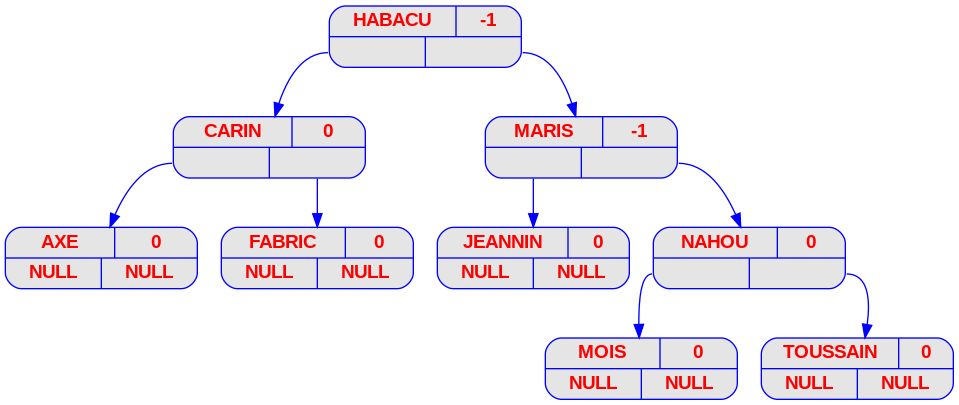
Above: ex1/img/png/prenoms_v08.png in danilorodrigues128/FilRougeAAP (Graphviz), before the change. Its source is kept beside it as ex1/img/dot/prenoms_v08.dot. Source of this version:
```dot
digraph prenoms {
	node [
		fontname  = "Arial bold"
		fontsize  = "14"
		fontcolor = "red"
		style     = "rounded, filled"
		shape     = "record"
		fillcolor = "grey90"
		color     = "blue"
		width     = "2"
	]

	edge [
		color     = "blue"
	]

	HABACU [label = "{{<c> HABACU | <b> -1} | { <g> | <d>}}"];
	HABACU:g -> CARIN;
	CARIN [label = "{{<c> CARIN | <b> 0} | { <g> | <d>}}"];
	CARIN:g -> AXE;
	AXE [label = "{{<c> AXE | <b> 0} | { <g> | <d>}}"];
	AXE [label = "{{<c> AXE | <b> 0} | { <g> NULL | <d> NULL}}"];
	CARIN:d -> FABRIC;
	FABRIC [label = "{{<c> FABRIC | <b> 0} | { <g> | <d>}}"];
	FABRIC [label = "{{<c> FABRIC | <b> 0} | { <g> NULL | <d> NULL}}"];
	HABACU:d -> MARIS;
	MARIS [label = "{{<c> MARIS | <b> -1} | { <g> | <d>}}"];
	MARIS:g -> JEANNIN;
	JEANNIN [label = "{{<c> JEANNIN | <b> 0} | { <g> | <d>}}"];
	JEANNIN [label = "{{<c> JEANNIN | <b> 0} | { <g> NULL | <d> NULL}}"];
	MARIS:d -> NAHOU;
	NAHOU [label = "{{<c> NAHOU | <b> 0} | { <g> | <d>}}"];
	NAHOU:g -> MOIS;
	MOIS [label = "{{<c> MOIS | <b> 0} | { <g> | <d>}}"];
	MOIS [label = "{{<c> MOIS | <b> 0} | { <g> NULL | <d> NULL}}"];
	NAHOU:d -> TOUSSAIN;
	TOUSSAIN [label = "{{<c> TOUSSAIN | <b> 0} | { <g> | <d>}}"];
	TOUSSAIN [label = "{{<c> TOUSSAIN | <b> 0} | { <g> NULL | <d> NULL}}"];
}
```
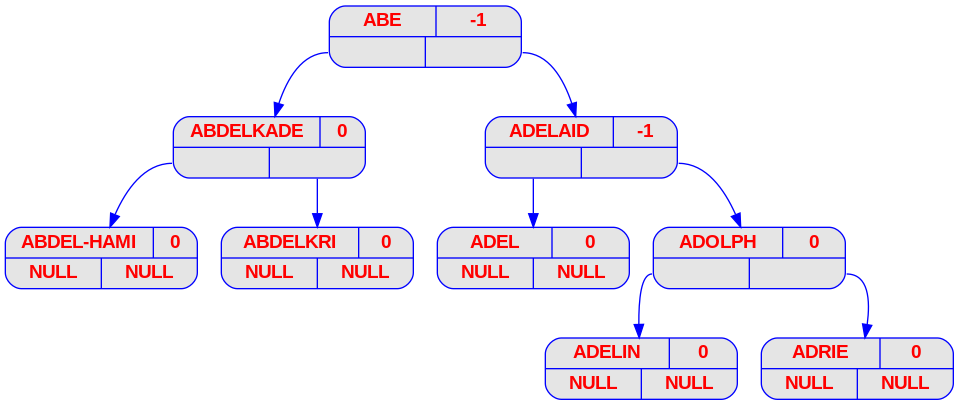
After the commit.

What changed in the source:
```diff
@@ -14,26 +14,26 @@
 		color     = "blue"
 	]
 
-	HABACU [label = "{{<c> HABACU | <b> -1} | { <g> | <d>}}"];
-	HABACU:g -> CARIN;
-	CARIN [label = "{{<c> CARIN | <b> 0} | { <g> | <d>}}"];
-	CARIN:g -> AXE;
-	AXE [label = "{{<c> AXE | <b> 0} | { <g> | <d>}}"];
-	AXE [label = "{{<c> AXE | <b> 0} | { <g> NULL | <d> NULL}}"];
-	CARIN:d -> FABRIC;
-	FABRIC [label = "{{<c> FABRIC | <b> 0} | { <g> | <d>}}"];
-	FABRIC [label = "{{<c> FABRIC | <b> 0} | { <g> NULL | <d> NULL}}"];
-	HABACU:d -> MARIS;
-	MARIS [label = "{{<c> MARIS | <b> -1} | { <g> | <d>}}"];
-	MARIS:g -> JEANNIN;
-	JEANNIN [label = "{{<c> JEANNIN | <b> 0} | { <g> | <d>}}"];
-	JEANNIN [label = "{{<c> JEANNIN | <b> 0} | { <g> NULL | <d> NULL}}"];
-	MARIS:d -> NAHOU;
-	NAHOU [label = "{{<c> NAHOU | <b> 0} | { <g> | <d>}}"];
-	NAHOU:g -> MOIS;
-	MOIS [label = "{{<c> MOIS | <b> 0} | { <g> | <d>}}"];
-	MOIS [label = "{{<c> MOIS | <b> 0} | { <g> NULL | <d> NULL}}"];
-	NAHOU:d -> TOUSSAIN;
-	TOUSSAIN [label = "{{<c> TOUSSAIN | <b> 0} | { <g> | <d>}}"];
-	TOUSSAIN [label = "{{<c> TOUSSAIN | <b> 0} | { <g> NULL | <d> NULL}}"];
+	"ABE" [label = "{{<c> ABE | <b> -1} | { <g> | <d>}}"];
+	"ABE":g -> "ABDELKADE";
+	"ABDELKADE" [label = "{{<c> ABDELKADE | <b> 0} | { <g> | <d>}}"];
+	"ABDELKADE":g -> "ABDEL-HAMI";
+	"ABDEL-HAMI" [label = "{{<c> ABDEL-HAMI | <b> 0} | { <g> | <d>}}"];
+	"ABDEL-HAMI" [label = "{{<c> ABDEL-HAMI | <b> 0} | { <g> NULL | <d> NULL}}"];
+	"ABDELKADE":d -> "ABDELKRI";
+	"ABDELKRI" [label = "{{<c> ABDELKRI | <b> 0} | { <g> | <d>}}"];
+	"ABDELKRI" [label = "{{<c> ABDELKRI | <b> 0} | { <g> NULL | <d> NULL}}"];
+	"ABE":d -> "ADELAID";
+	"ADELAID" [label = "{{<c> ADELAID | <b> -1} | { <g> | <d>}}"];
+	"ADELAID":g -> "ADEL";
+	"ADEL" [label = "{{<c> ADEL | <b> 0} | { <g> | <d>}}"];
+	"ADEL" [label = "{{<c> ADEL | <b> 0} | { <g> NULL | <d> NULL}}"];
+	"ADELAID":d -> "ADOLPH";
+	"ADOLPH" [label = "{{<c> ADOLPH | <b> 0} | { <g> | <d>}}"];
+	"ADOLPH":g -> "ADELIN";
+	"ADELIN" [label = "{{<c> ADELIN | <b> 0} | { <g> | <d>}}"];
+	"ADELIN" [label = "{{<c> ADELIN | <b> 0} | { <g> NULL | <d> NULL}}"];
+	"ADOLPH":d -> "ADRIE";
+	"ADRIE" [label = "{{<c> ADRIE | <b> 0} | { <g> | <d>}}"];
+	"ADRIE" [label = "{{<c> ADRIE | <b> 0} | { <g> NULL | <d> NULL}}"];
 }
```
